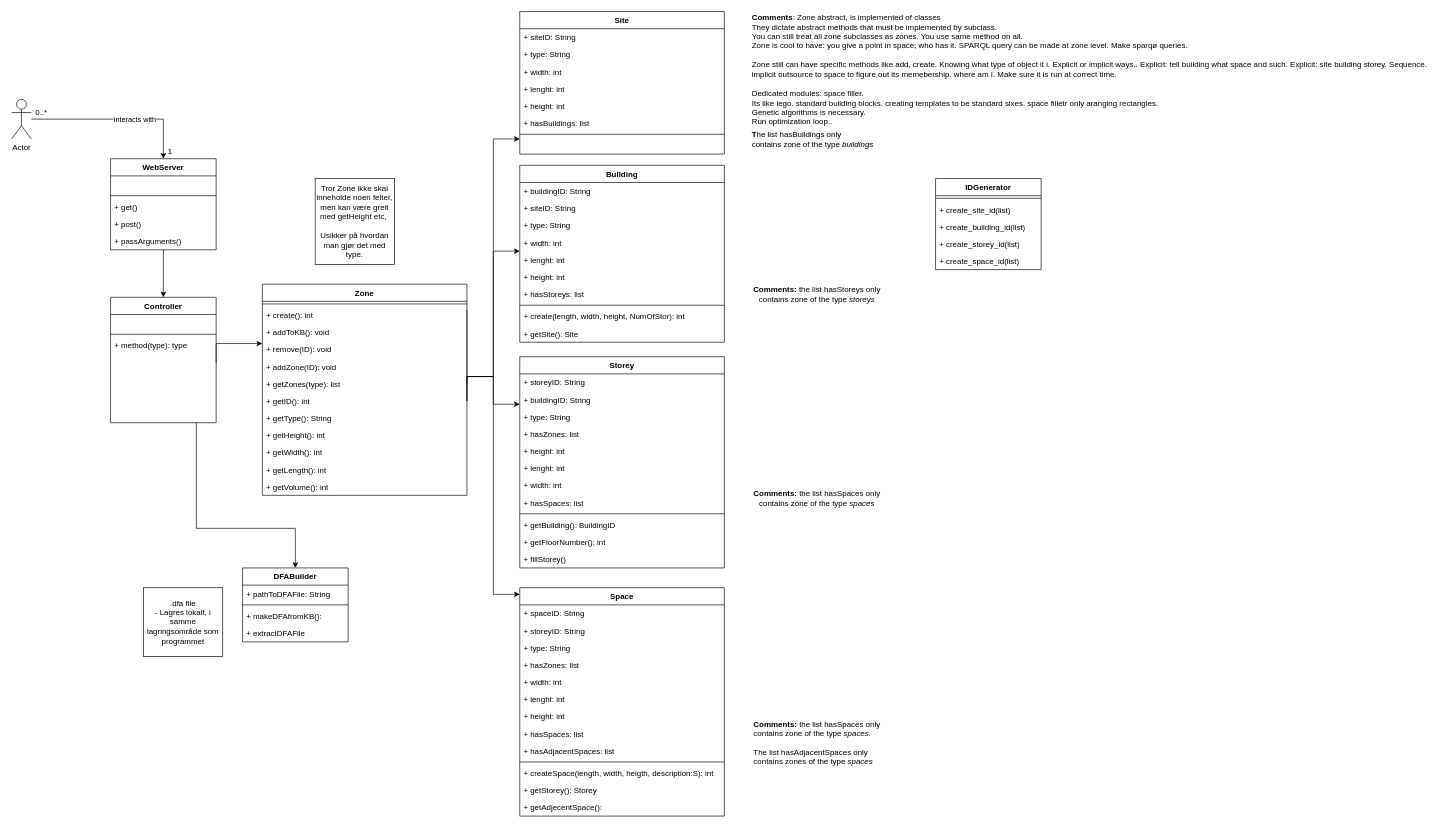
Above: page "Design Class Diagram" (7 of 9) of Diagrams/Diagrams.drawio in Hallvaeb/automation-p2-construction-knowledge-base (draw.io), before the change. Source tidied: cells renumbered, new cells numbered last; positions are measured from the earlier drawing's top-left corner, leaving out a move shared by most shapes. Both pictures are drawn from the tidied source at 66%, with x=0, y=0 at pixel (11, 11).
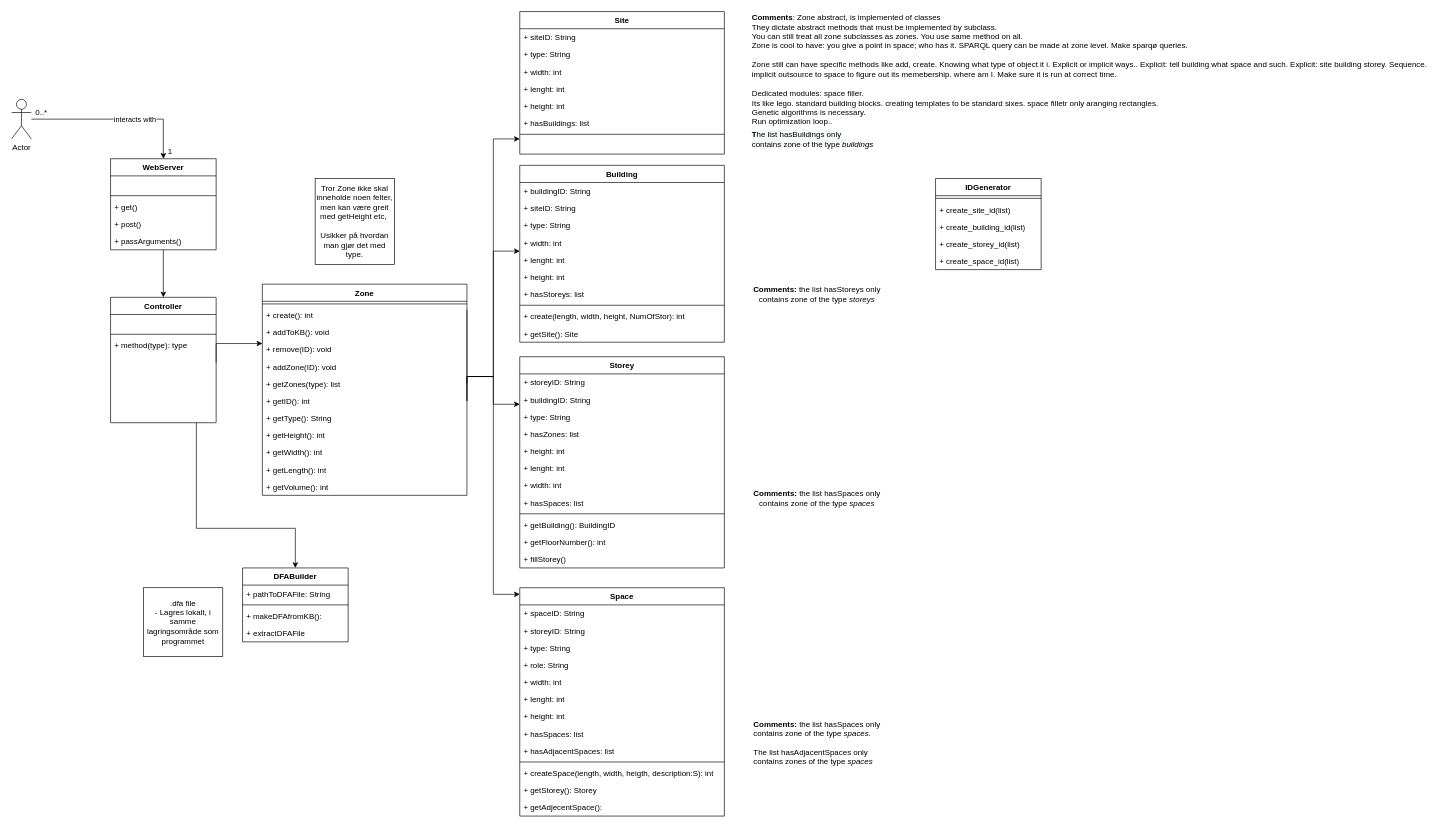
After the change.

The change refers to these unchanged cells:
```xml
<mxCell id="62" value="Space" style="swimlane;fontStyle=1;align=center;verticalAlign=top;horizontal=1;startSize=26;strokeColor=default;fillColor=default;" parent="1" vertex="1">
  <mxGeometry x="770" y="873" width="310" height="346" as="geometry" />
</mxCell>
```

Change to the diagram source:
```diff
@@
-    <mxCell id="66" value="+ hasZones: list" style="text;strokeColor=none;fillColor=none;align=left;verticalAlign=top;spacingLeft=4;spacingRight=4;overflow=hidden;" parent="62" vertex="1">
-      <mxGeometry y="104" width="310" height="26" as="geometry" />
-    </mxCell>
+    <mxCell id="109" value="+ role: String" style="text;strokeColor=none;fillColor=none;align=left;verticalAlign=top;spacingLeft=4;spacingRight=4;overflow=hidden;" parent="62" vertex="1">
+      <mxGeometry y="104" width="310" height="26" as="geometry" />
+    </mxCell>
```
